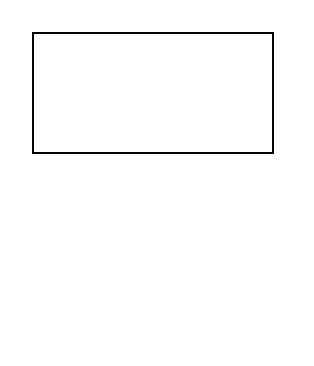
This is 家庭服务布局图.drawio from txuw/notionDrawio, a draw.io file, before an edit. Source tidied: cells renumbered, new cells numbered last; positions are measured from the earlier drawing's top-left corner, leaving out a move shared by most shapes. Both pictures are drawn from the tidied source at 200%, with x=0, y=0 at pixel (32, 32).
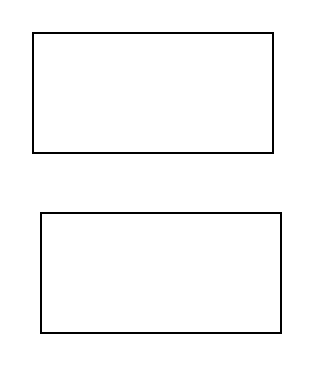
The same page after the edit.

Commit message (it also covers changes not shown here):
更新家庭服务布局图.drawio

Change to the diagram source:
```diff
@@
 <mxGraphModel>
   <root>
     <mxCell id="0" />
     <mxCell id="1" parent="0" />
     <mxCell id="2" style="rounded=0;whiteSpace=wrap;html=1;" parent="1" vertex="1">
       <mxGeometry width="120" height="60" as="geometry" />
     </mxCell>
+    <mxCell id="3" style="rounded=0;whiteSpace=wrap;html=1;" parent="1" vertex="1">
+      <mxGeometry x="4" y="90" width="120" height="60" as="geometry" />
+    </mxCell>
   </root>
 </mxGraphModel>
```
